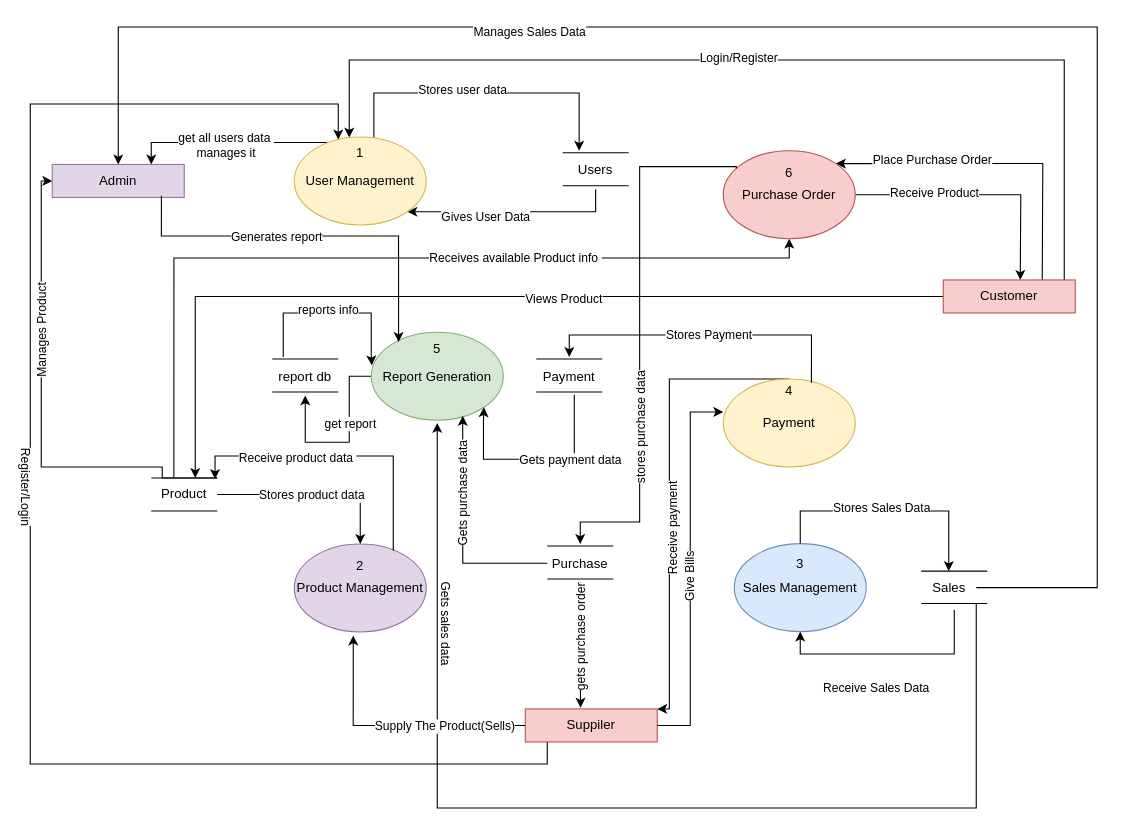
Before: Untitled Diagram.drawio in pawal-karki/DRAW.IO, a draw.io diagram. Source tidied: cells renumbered, new cells numbered last; positions are measured from the earlier drawing's top-left corner, leaving out a move shared by most shapes. Both pictures are drawn from the tidied source at 110%, with x=0, y=0 at pixel (30, 26).
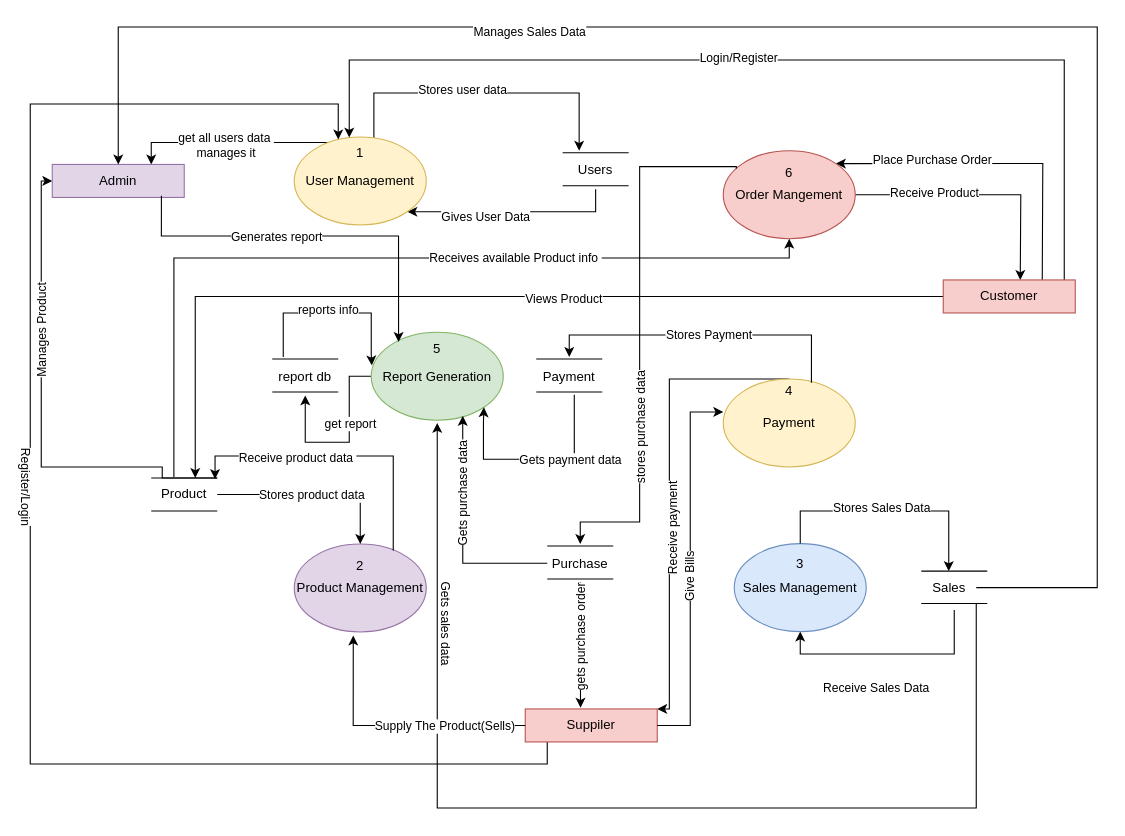
Above is the later version.

What changed in the source:
```diff
@@
-    <mxCell id="18" value="Purchase Order" style="ellipse;whiteSpace=wrap;html=1;fillColor=#f8cecc;strokeColor=#b85450;" parent="1" vertex="1">
+    <mxCell id="18" value="Order Mangement" style="ellipse;whiteSpace=wrap;html=1;fillColor=#f8cecc;strokeColor=#b85450;" parent="1" vertex="1">
       <mxGeometry x="630" y="112.5" width="120" height="80" as="geometry" />
     </mxCell>
```
